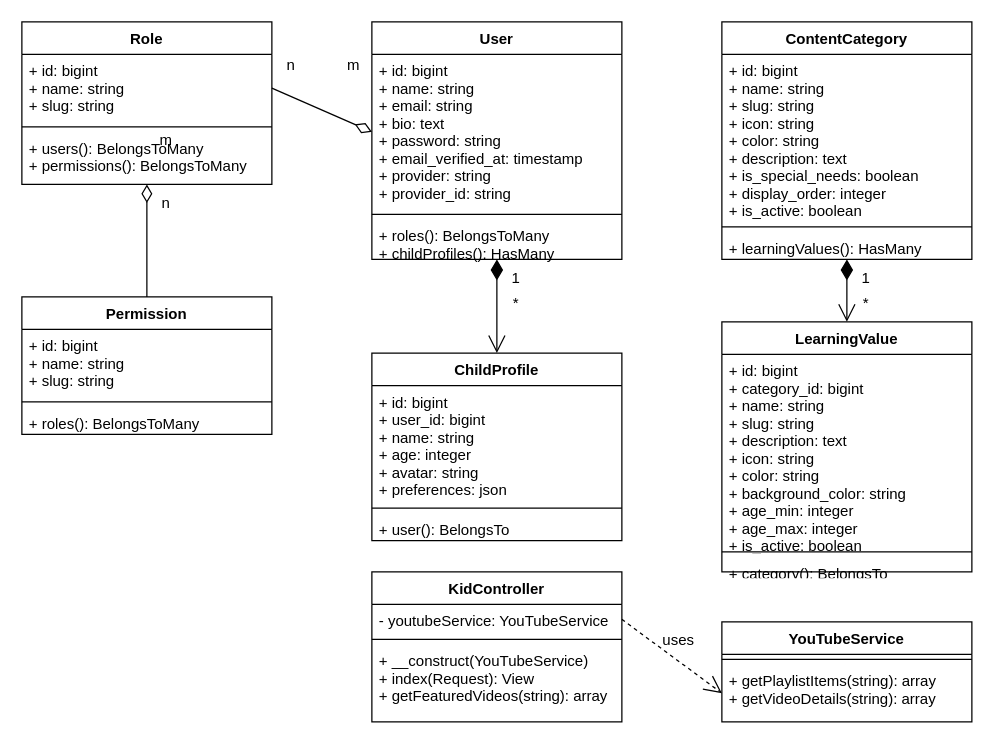
ettaoussiilyas/KidsGuard keeps this draw.io diagram as UML/class.drawio. Above is the earlier version. Source tidied: cells renumbered, new cells numbered last; positions are measured from the earlier drawing's top-left corner, leaving out a move shared by most shapes. Both pictures are drawn from the tidied source at 125%, with x=0, y=0 at pixel (21, 21).
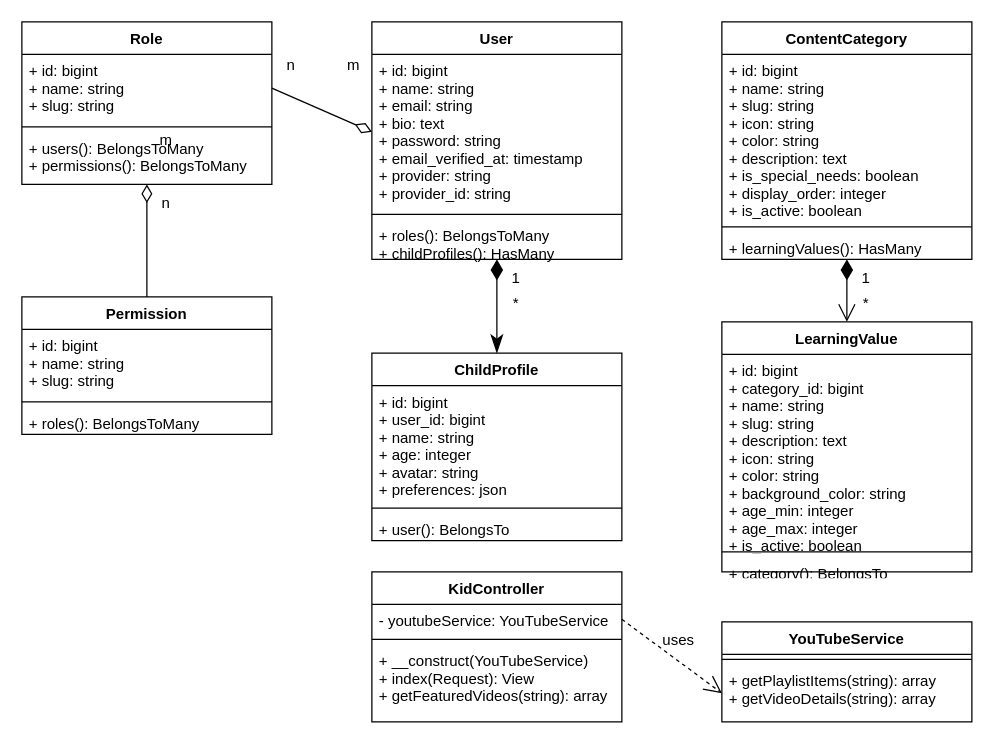
Above is the later version.

Unchanged cells that the change refers to:
```xml
<mxCell id="5" value="+ roles(): BelongsToMany&#10;+ childProfiles(): HasMany" style="text;strokeColor=none;fillColor=none;align=left;verticalAlign=top;spacingLeft=4;spacingRight=4;overflow=hidden;points=[[0,0.5],[1,0.5]];portConstraint=eastwest;" parent="2" vertex="1">
  <mxGeometry y="158" width="200" height="32" as="geometry" />
</mxCell>
<mxCell id="14" value="ChildProfile" style="swimlane;fontStyle=1;align=center;verticalAlign=top;horizontal=1;startSize=26;" parent="1" vertex="1">
  <mxGeometry x="280" y="265" width="200" height="150" as="geometry" />
</mxCell>
```

The edit, as a diff of the source:
```diff
@@
-    <mxCell id="39" style="endArrow=open;html=1;endSize=12;startArrow=diamondThin;startSize=14;startFill=1;edgeStyle=orthogonalEdgeStyle;align=left;verticalAlign=bottom;rounded=0;exitX=0.5;exitY=1;exitDx=0;exitDy=0;entryX=0.5;entryY=0;entryDx=0;entryDy=0;" parent="1" edge="1" source="5" target="14">
+    <mxCell id="39" style="endArrow=classicThin;html=1;endSize=12;startArrow=diamondThin;startSize=14;startFill=1;edgeStyle=orthogonalEdgeStyle;align=left;verticalAlign=bottom;rounded=0;exitX=0.5;exitY=1;exitDx=0;exitDy=0;entryX=0.5;entryY=0;entryDx=0;entryDy=0;endFill=1;" parent="1" edge="1" source="5" target="14">
       <mxGeometry x="-1" y="3" relative="1" as="geometry" />
     </mxCell>
```
